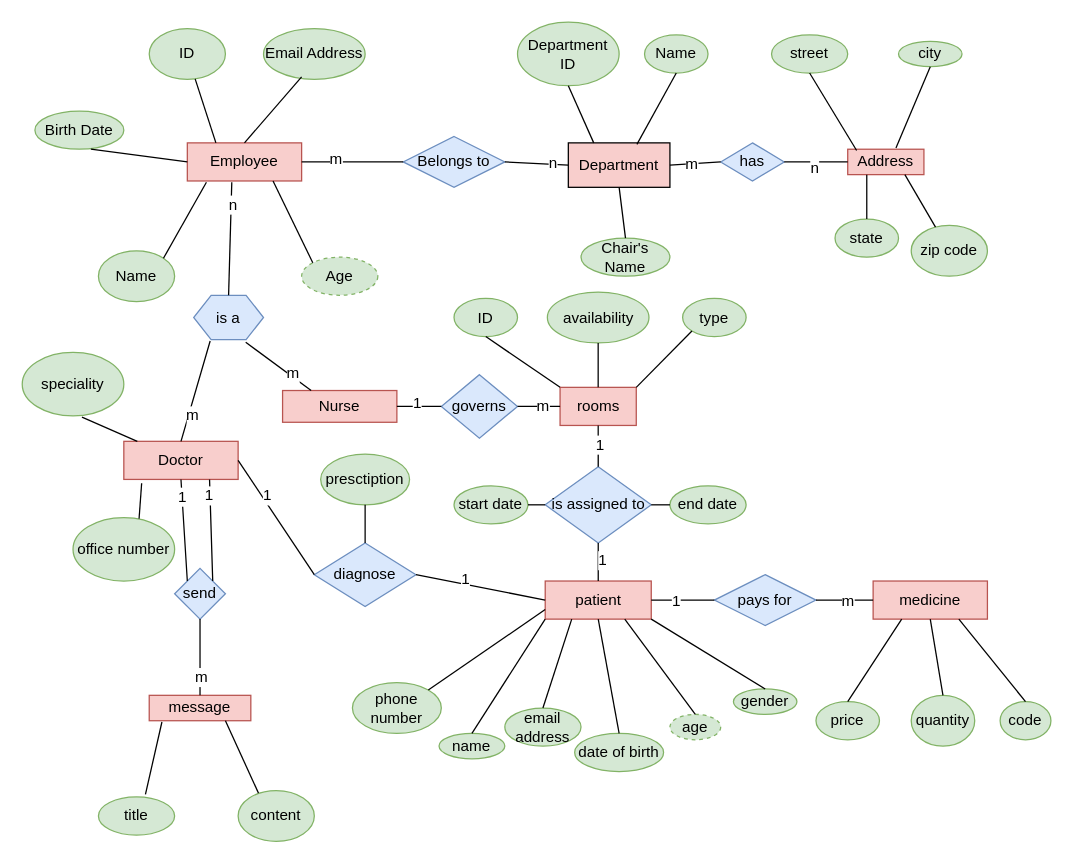
Above: DBMS HW1-3.drawio in lukeyuan31/SoftwareEngineeringPics (draw.io), before the change. Source tidied: cells renumbered, new cells numbered last; positions are measured from the earlier drawing's top-left corner, leaving out a move shared by most shapes. Both pictures are drawn from the tidied source at 127%, with x=0, y=0 at pixel (22, 22).
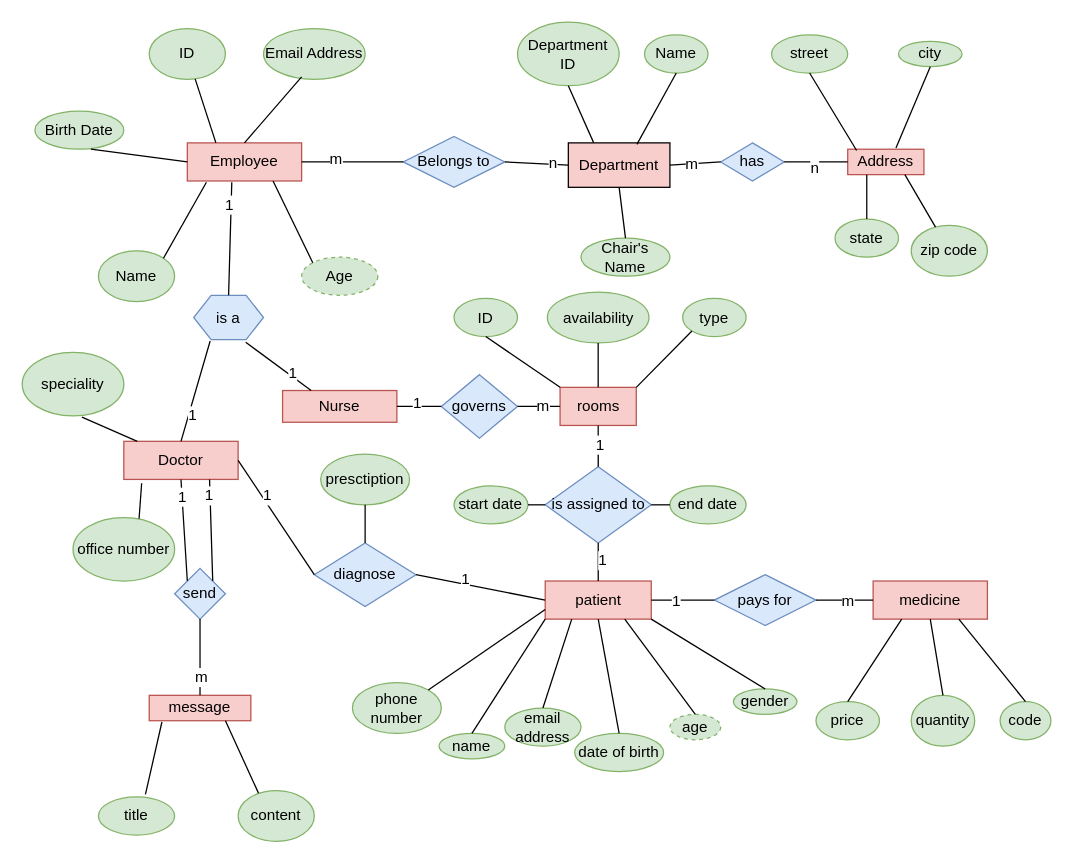
Above is the later version.

Unchanged cells that the change refers to:
```xml
<mxCell id="45" style="endArrow=none;html=1;entryX=0.389;entryY=1.033;entryDx=0;entryDy=0;exitX=0.5;exitY=0;exitDx=0;exitDy=0;entryPerimeter=0;" parent="1" edge="1" source="44" target="2">
  <mxGeometry relative="1" as="geometry" />
</mxCell>
<mxCell id="47" style="endArrow=none;html=1;entryX=0.236;entryY=1.029;entryDx=0;entryDy=0;exitX=0.5;exitY=0;exitDx=0;exitDy=0;entryPerimeter=0;" parent="1" edge="1" source="39" target="44">
  <mxGeometry relative="1" as="geometry" />
</mxCell>
<mxCell id="62" style="endArrow=none;html=1;entryX=0.745;entryY=1.057;entryDx=0;entryDy=0;exitX=0.25;exitY=0;exitDx=0;exitDy=0;entryPerimeter=0;" parent="1" edge="1" source="61" target="44">
  <mxGeometry relative="1" as="geometry" />
</mxCell>
```

What changed in the source:
```diff
@@
-    <mxCell id="46" value="n" style="text;html=1;align=center;verticalAlign=middle;labelBackgroundColor=#ffffff;" parent="45" vertex="1">
-      <mxGeometry x="0.61" y="-1" relative="1" as="geometry" />
+    <mxCell id="46" value="1" style="text;html=1;align=center;verticalAlign=middle;labelBackgroundColor=#ffffff;" parent="45" vertex="1">
+      <mxGeometry x="0.61" y="-1" relative="1" as="geometry">
+        <mxPoint x="-3" as="offset" />
+      </mxGeometry>
     </mxCell>
@@
-    <mxCell id="48" value="m" style="text;html=1;align=center;verticalAlign=middle;labelBackgroundColor=#ffffff;" parent="47" vertex="1">
+    <mxCell id="48" value="1" style="text;html=1;align=center;verticalAlign=middle;labelBackgroundColor=#ffffff;" parent="47" vertex="1">
       <mxGeometry x="-0.46" y="-2" relative="1" as="geometry" />
     </mxCell>
@@
-    <mxCell id="63" value="m" style="text;html=1;align=center;verticalAlign=middle;labelBackgroundColor=#ffffff;" parent="62" vertex="1">
+    <mxCell id="63" value="1" style="text;html=1;align=center;verticalAlign=middle;labelBackgroundColor=#ffffff;" parent="62" vertex="1">
       <mxGeometry x="-0.38" y="-2" relative="1" as="geometry" />
     </mxCell>
```
